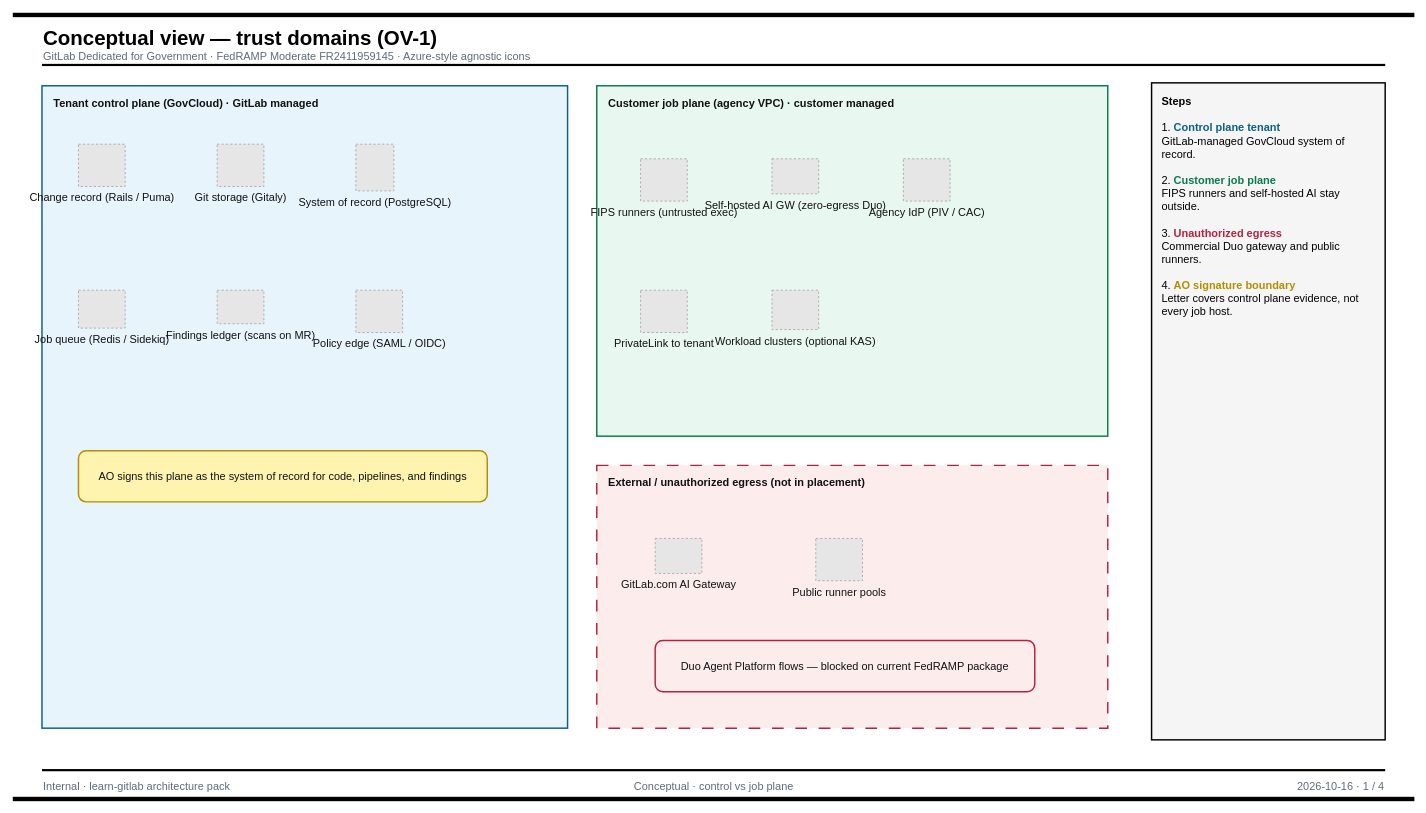
aaronmeis/learn-gitlab keeps this draw.io diagram as assets/diagrams/drawio/01-conceptual.drawio. Above is the earlier version. Source tidied: cells renumbered, new cells numbered last; positions are measured from the earlier drawing's top-left corner, leaving out a move shared by most shapes. Both pictures are drawn from the tidied source at 73%, with x=0, y=0 at pixel (12, 12). Pictures stored in the file or linked from it are replaced by grey dashed boxes.
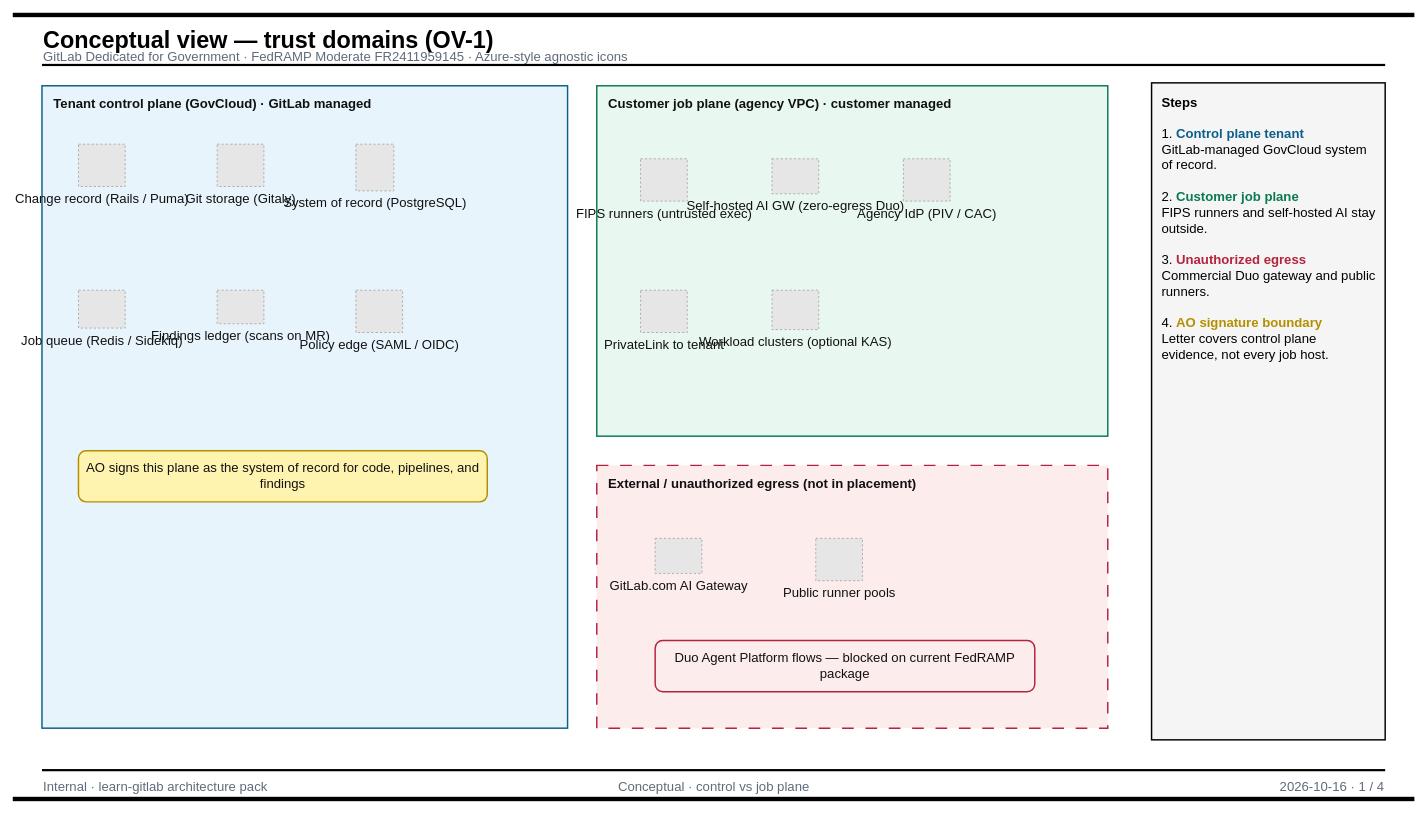
The same diagram, later.

Commit message (it also covers changes not shown here):
feat: larger Draw.io diagram fonts for Architecture Views

Change to the diagram source:
```diff
@@
-    <mxCell id="3" value="Conceptual view — trust domains (OV-1)" style="text;html=1;strokeColor=none;fillColor=none;align=left;fontFamily=Helvetica;fontSize=28;fontStyle=1;fontColor=#000000;" parent="1" vertex="1">
-      <mxGeometry x="40" y="12" width="1500" height="32" as="geometry" />
+    <mxCell id="3" value="Conceptual view — trust domains (OV-1)" style="text;html=1;strokeColor=none;fillColor=none;align=left;fontFamily=Helvetica;fontSize=32;fontStyle=1;fontColor=#000000;" parent="1" vertex="1">
+      <mxGeometry x="40" y="12" width="1500" height="38" as="geometry" />
     </mxCell>
-    <mxCell id="4" value="GitLab Dedicated for Government · FedRAMP Moderate FR2411959145 · Azure-style agnostic icons" style="text;html=1;strokeColor=none;fillColor=none;align=left;fontFamily=Helvetica;fontSize=15;fontColor=#5F6B7A;" parent="1" vertex="1">
-      <mxGeometry x="40" y="44" width="1500" height="22" as="geometry" />
+    <mxCell id="4" value="GitLab Dedicated for Government · FedRAMP Moderate FR2411959145 · Azure-style agnostic icons" style="text;html=1;strokeColor=none;fillColor=none;align=left;fontFamily=Helvetica;fontSize=18;fontColor=#5F6B7A;" parent="1" vertex="1">
+      <mxGeometry x="40" y="44" width="1500" height="26" as="geometry" />
     </mxCell>
@@
-    <mxCell id="7" value="Internal · learn-gitlab architecture pack" style="text;html=1;align=left;fontFamily=Helvetica;fontSize=15;fontColor=#5F6B7A;" parent="1" vertex="1">
-      <mxGeometry x="40" y="1044" width="560" height="22" as="geometry" />
+    <mxCell id="7" value="Internal · learn-gitlab architecture pack" style="text;html=1;align=left;fontFamily=Helvetica;fontSize=18;fontColor=#5F6B7A;" parent="1" vertex="1">
+      <mxGeometry x="40" y="1044" width="560" height="26" as="geometry" />
     </mxCell>
-    <mxCell id="8" value="Conceptual · control vs job plane" style="text;html=1;align=center;fontFamily=Helvetica;fontSize=15;fontColor=#5F6B7A;" parent="1" vertex="1">
-      <mxGeometry x="620" y="1044" width="680" height="22" as="geometry" />
+    <mxCell id="8" value="Conceptual · control vs job plane" style="text;html=1;align=center;fontFamily=Helvetica;fontSize=18;fontColor=#5F6B7A;" parent="1" vertex="1">
+      <mxGeometry x="620" y="1044" width="680" height="26" as="geometry" />
     </mxCell>
-    <mxCell id="9" value="2026-10-16  ·  1 / 4" style="text;html=1;align=right;fontFamily=Helvetica;fontSize=15;fontColor=#5F6B7A;" parent="1" vertex="1">
-      <mxGeometry x="1320" y="1044" width="560" height="22" as="geometry" />
+    <mxCell id="9" value="2026-10-16  ·  1 / 4" style="text;html=1;align=right;fontFamily=Helvetica;fontSize=18;fontColor=#5F6B7A;" parent="1" vertex="1">
+      <mxGeometry x="1320" y="1044" width="560" height="26" as="geometry" />
     </mxCell>
@@
-    <mxCell id="11" value="Tenant control plane (GovCloud) · GitLab managed" style="rounded=0;whiteSpace=wrap;html=1;align=left;verticalAlign=top;spacingLeft=14;spacingTop=8;fillColor=#E8F4FC;strokeColor=#0B5F8A;strokeWidth=2;fontFamily=Helvetica;fontSize=15;fontStyle=1;fontColor=#111111;" parent="1" vertex="1">
+    <mxCell id="11" value="Tenant control plane (GovCloud) · GitLab managed" style="rounded=0;whiteSpace=wrap;html=1;align=left;verticalAlign=top;spacingLeft=14;spacingTop=8;fillColor=#E8F4FC;strokeColor=#0B5F8A;strokeWidth=2;fontFamily=Helvetica;fontSize=18;fontStyle=1;fontColor=#111111;" parent="1" vertex="1">
       <mxGeometry x="40" y="100" width="720" height="880" as="geometry" />
     </mxCell>
-    <mxCell id="12" value="Change record (Rails / Puma)" style="fillColor=#E6E6E6;strokeColor=#999999;dashed=1;verticalLabelPosition=bottom;verticalAlign=top;html=1;align=center;labelBackgroundColor=none;fontFamily=Helvetica;fontSize=15;fontColor=#111111;" parent="1" vertex="1">
+    <mxCell id="12" value="Change record (Rails / Puma)" style="fillColor=#E6E6E6;strokeColor=#999999;dashed=1;verticalLabelPosition=bottom;verticalAlign=top;html=1;align=center;labelBackgroundColor=none;fontFamily=Helvetica;fontSize=18;fontColor=#111111;" parent="1" vertex="1">
       <mxGeometry x="90" y="180" width="64" height="58" as="geometry" />
     </mxCell>
-    <mxCell id="13" value="Git storage (Gitaly)" style="fillColor=#E6E6E6;strokeColor=#999999;dashed=1;verticalLabelPosition=bottom;verticalAlign=top;html=1;align=center;labelBackgroundColor=none;fontFamily=Helvetica;fontSize=15;fontColor=#111111;" parent="1" vertex="1">
+    <mxCell id="13" value="Git storage (Gitaly)" style="fillColor=#E6E6E6;strokeColor=#999999;dashed=1;verticalLabelPosition=bottom;verticalAlign=top;html=1;align=center;labelBackgroundColor=none;fontFamily=Helvetica;fontSize=18;fontColor=#111111;" parent="1" vertex="1">
       <mxGeometry x="280" y="180" width="64" height="58" as="geometry" />
     </mxCell>
-    <mxCell id="14" value="System of record (PostgreSQL)" style="fillColor=#E6E6E6;strokeColor=#999999;dashed=1;verticalLabelPosition=bottom;verticalAlign=top;html=1;align=center;labelBackgroundColor=none;fontFamily=Helvetica;fontSize=15;fontColor=#111111;" parent="1" vertex="1">
+    <mxCell id="14" value="System of record (PostgreSQL)" style="fillColor=#E6E6E6;strokeColor=#999999;dashed=1;verticalLabelPosition=bottom;verticalAlign=top;html=1;align=center;labelBackgroundColor=none;fontFamily=Helvetica;fontSize=18;fontColor=#111111;" parent="1" vertex="1">
       <mxGeometry x="470" y="180" width="52" height="64" as="geometry" />
     </mxCell>
-    <mxCell id="15" value="Job queue (Redis / Sidekiq)" style="fillColor=#E6E6E6;strokeColor=#999999;dashed=1;verticalLabelPosition=bottom;verticalAlign=top;html=1;align=center;labelBackgroundColor=none;fontFamily=Helvetica;fontSize=15;fontColor=#111111;" parent="1" vertex="1">
+    <mxCell id="15" value="Job queue (Redis / Sidekiq)" style="fillColor=#E6E6E6;strokeColor=#999999;dashed=1;verticalLabelPosition=bottom;verticalAlign=top;html=1;align=center;labelBackgroundColor=none;fontFamily=Helvetica;fontSize=18;fontColor=#111111;" parent="1" vertex="1">
       <mxGeometry x="90" y="380" width="64" height="52" as="geometry" />
     </mxCell>
-    <mxCell id="16" value="Findings ledger (scans on MR)" style="fillColor=#E6E6E6;strokeColor=#999999;dashed=1;verticalLabelPosition=bottom;verticalAlign=top;html=1;align=center;labelBackgroundColor=none;fontFamily=Helvetica;fontSize=15;fontColor=#111111;" parent="1" vertex="1">
+    <mxCell id="16" value="Findings ledger (scans on MR)" style="fillColor=#E6E6E6;strokeColor=#999999;dashed=1;verticalLabelPosition=bottom;verticalAlign=top;html=1;align=center;labelBackgroundColor=none;fontFamily=Helvetica;fontSize=18;fontColor=#111111;" parent="1" vertex="1">
       <mxGeometry x="280" y="380" width="64" height="46" as="geometry" />
     </mxCell>
-    <mxCell id="17" value="Policy edge (SAML / OIDC)" style="fillColor=#E6E6E6;strokeColor=#999999;dashed=1;verticalLabelPosition=bottom;verticalAlign=top;html=1;align=center;labelBackgroundColor=none;fontFamily=Helvetica;fontSize=15;fontColor=#111111;" parent="1" vertex="1">
+    <mxCell id="17" value="Policy edge (SAML / OIDC)" style="fillColor=#E6E6E6;strokeColor=#999999;dashed=1;verticalLabelPosition=bottom;verticalAlign=top;html=1;align=center;labelBackgroundColor=none;fontFamily=Helvetica;fontSize=18;fontColor=#111111;" parent="1" vertex="1">
       <mxGeometry x="470" y="380" width="64" height="58" as="geometry" />
     </mxCell>
-    <mxCell id="18" value="AO signs this plane as the system of record for code, pipelines, and findings" style="rounded=1;whiteSpace=wrap;html=1;align=center;verticalAlign=middle;fillColor=#FFF3B0;strokeColor=#B38F00;strokeWidth=2;fontFamily=Helvetica;fontSize=15;fontColor=#111111;" parent="1" vertex="1">
+    <mxCell id="18" value="AO signs this plane as the system of record for code, pipelines, and findings" style="rounded=1;whiteSpace=wrap;html=1;align=center;verticalAlign=middle;fillColor=#FFF3B0;strokeColor=#B38F00;strokeWidth=2;fontFamily=Helvetica;fontSize=18;fontColor=#111111;" parent="1" vertex="1">
       <mxGeometry x="90" y="600" width="560" height="70" as="geometry" />
     </mxCell>
-    <mxCell id="19" value="Customer job plane (agency VPC) · customer managed" style="rounded=0;whiteSpace=wrap;html=1;align=left;verticalAlign=top;spacingLeft=14;spacingTop=8;fillColor=#E8F8F0;strokeColor=#0A7A4F;strokeWidth=2;fontFamily=Helvetica;fontSize=15;fontStyle=1;fontColor=#111111;" parent="1" vertex="1">
+    <mxCell id="19" value="Customer job plane (agency VPC) · customer managed" style="rounded=0;whiteSpace=wrap;html=1;align=left;verticalAlign=top;spacingLeft=14;spacingTop=8;fillColor=#E8F8F0;strokeColor=#0A7A4F;strokeWidth=2;fontFamily=Helvetica;fontSize=18;fontStyle=1;fontColor=#111111;" parent="1" vertex="1">
       <mxGeometry x="800" y="100" width="700" height="480" as="geometry" />
     </mxCell>
-    <mxCell id="20" value="FIPS runners (untrusted exec)" style="fillColor=#E6E6E6;strokeColor=#999999;dashed=1;verticalLabelPosition=bottom;verticalAlign=top;html=1;align=center;labelBackgroundColor=none;fontFamily=Helvetica;fontSize=15;fontColor=#111111;" parent="1" vertex="1">
+    <mxCell id="20" value="FIPS runners (untrusted exec)" style="fillColor=#E6E6E6;strokeColor=#999999;dashed=1;verticalLabelPosition=bottom;verticalAlign=top;html=1;align=center;labelBackgroundColor=none;fontFamily=Helvetica;fontSize=18;fontColor=#111111;" parent="1" vertex="1">
       <mxGeometry x="860" y="200" width="64" height="58" as="geometry" />
     </mxCell>
-    <mxCell id="21" value="Self-hosted AI GW (zero-egress Duo)" style="fillColor=#E6E6E6;strokeColor=#999999;dashed=1;verticalLabelPosition=bottom;verticalAlign=top;html=1;align=center;labelBackgroundColor=none;fontFamily=Helvetica;fontSize=15;fontColor=#111111;" parent="1" vertex="1">
+    <mxCell id="21" value="Self-hosted AI GW (zero-egress Duo)" style="fillColor=#E6E6E6;strokeColor=#999999;dashed=1;verticalLabelPosition=bottom;verticalAlign=top;html=1;align=center;labelBackgroundColor=none;fontFamily=Helvetica;fontSize=18;fontColor=#111111;" parent="1" vertex="1">
       <mxGeometry x="1040" y="200" width="64" height="48" as="geometry" />
     </mxCell>
-    <mxCell id="22" value="Agency IdP (PIV / CAC)" style="fillColor=#E6E6E6;strokeColor=#999999;dashed=1;verticalLabelPosition=bottom;verticalAlign=top;html=1;align=center;labelBackgroundColor=none;fontFamily=Helvetica;fontSize=15;fontColor=#111111;" parent="1" vertex="1">
+    <mxCell id="22" value="Agency IdP (PIV / CAC)" style="fillColor=#E6E6E6;strokeColor=#999999;dashed=1;verticalLabelPosition=bottom;verticalAlign=top;html=1;align=center;labelBackgroundColor=none;fontFamily=Helvetica;fontSize=18;fontColor=#111111;" parent="1" vertex="1">
       <mxGeometry x="1220" y="200" width="64" height="58" as="geometry" />
     </mxCell>
-    <mxCell id="23" value="PrivateLink to tenant" style="fillColor=#E6E6E6;strokeColor=#999999;dashed=1;verticalLabelPosition=bottom;verticalAlign=top;html=1;align=center;labelBackgroundColor=none;fontFamily=Helvetica;fontSize=15;fontColor=#111111;" parent="1" vertex="1">
+    <mxCell id="23" value="PrivateLink to tenant" style="fillColor=#E6E6E6;strokeColor=#999999;dashed=1;verticalLabelPosition=bottom;verticalAlign=top;html=1;align=center;labelBackgroundColor=none;fontFamily=Helvetica;fontSize=18;fontColor=#111111;" parent="1" vertex="1">
       <mxGeometry x="860" y="380" width="64" height="58" as="geometry" />
     </mxCell>
-    <mxCell id="24" value="Workload clusters (optional KAS)" style="fillColor=#E6E6E6;strokeColor=#999999;dashed=1;verticalLabelPosition=bottom;verticalAlign=top;html=1;align=center;labelBackgroundColor=none;fontFamily=Helvetica;fontSize=15;fontColor=#111111;" parent="1" vertex="1">
+    <mxCell id="24" value="Workload clusters (optional KAS)" style="fillColor=#E6E6E6;strokeColor=#999999;dashed=1;verticalLabelPosition=bottom;verticalAlign=top;html=1;align=center;labelBackgroundColor=none;fontFamily=Helvetica;fontSize=18;fontColor=#111111;" parent="1" vertex="1">
       <mxGeometry x="1040" y="380" width="64" height="54" as="geometry" />
     </mxCell>
-    <mxCell id="25" value="External / unauthorized egress (not in placement)" style="rounded=0;whiteSpace=wrap;html=1;align=left;verticalAlign=top;spacingLeft=14;spacingTop=8;fillColor=#FDECEC;strokeColor=#B4233C;strokeWidth=2;dashed=1;dashPattern=8 8;fontFamily=Helvetica;fontSize=15;fontStyle=1;fontColor=#111111;" parent="1" vertex="1">
+    <mxCell id="25" value="External / unauthorized egress (not in placement)" style="rounded=0;whiteSpace=wrap;html=1;align=left;verticalAlign=top;spacingLeft=14;spacingTop=8;fillColor=#FDECEC;strokeColor=#B4233C;strokeWidth=2;dashed=1;dashPattern=8 8;fontFamily=Helvetica;fontSize=18;fontStyle=1;fontColor=#111111;" parent="1" vertex="1">
       <mxGeometry x="800" y="620" width="700" height="360" as="geometry" />
     </mxCell>
-    <mxCell id="26" value="GitLab.com AI Gateway" style="fillColor=#E6E6E6;strokeColor=#999999;dashed=1;verticalLabelPosition=bottom;verticalAlign=top;html=1;align=center;labelBackgroundColor=none;fontFamily=Helvetica;fontSize=15;fontColor=#111111;" parent="1" vertex="1">
+    <mxCell id="26" value="GitLab.com AI Gateway" style="fillColor=#E6E6E6;strokeColor=#999999;dashed=1;verticalLabelPosition=bottom;verticalAlign=top;html=1;align=center;labelBackgroundColor=none;fontFamily=Helvetica;fontSize=18;fontColor=#111111;" parent="1" vertex="1">
       <mxGeometry x="880" y="720" width="64" height="48" as="geometry" />
     </mxCell>
-    <mxCell id="27" value="Public runner pools" style="fillColor=#E6E6E6;strokeColor=#999999;dashed=1;verticalLabelPosition=bottom;verticalAlign=top;html=1;align=center;labelBackgroundColor=none;fontFamily=Helvetica;fontSize=15;fontColor=#111111;" parent="1" vertex="1">
+    <mxCell id="27" value="Public runner pools" style="fillColor=#E6E6E6;strokeColor=#999999;dashed=1;verticalLabelPosition=bottom;verticalAlign=top;html=1;align=center;labelBackgroundColor=none;fontFamily=Helvetica;fontSize=18;fontColor=#111111;" parent="1" vertex="1">
       <mxGeometry x="1100" y="720" width="64" height="58" as="geometry" />
     </mxCell>
-    <mxCell id="28" value="Duo Agent Platform flows — blocked on current FedRAMP package" style="rounded=1;whiteSpace=wrap;html=1;align=center;verticalAlign=middle;fillColor=#FDECEC;strokeColor=#B4233C;strokeWidth=2;fontFamily=Helvetica;fontSize=15;fontColor=#111111;" parent="1" vertex="1">
+    <mxCell id="28" value="Duo Agent Platform flows — blocked on current FedRAMP package" style="rounded=1;whiteSpace=wrap;html=1;align=center;verticalAlign=middle;fillColor=#FDECEC;strokeColor=#B4233C;strokeWidth=2;fontFamily=Helvetica;fontSize=18;fontColor=#111111;" parent="1" vertex="1">
       <mxGeometry x="880" y="860" width="520" height="70" as="geometry" />
     </mxCell>
-    <mxCell id="29" value="&lt;b&gt;Steps&lt;/b&gt;&lt;br&gt;&lt;br&gt;1. &lt;b&gt;&lt;font color=&quot;#0B5F8A&quot;&gt;Control plane tenant&lt;/font&gt;&lt;/b&gt;&lt;br&gt;GitLab-managed GovCloud system of record.&lt;br&gt;&lt;br&gt;2. &lt;b&gt;&lt;font color=&quot;#0A7A4F&quot;&gt;Customer job plane&lt;/font&gt;&lt;/b&gt;&lt;br&gt;FIPS runners and self-hosted AI stay outside.&lt;br&gt;&lt;br&gt;3. &lt;b&gt;&lt;font color=&quot;#B4233C&quot;&gt;Unauthorized egress&lt;/font&gt;&lt;/b&gt;&lt;br&gt;Commercial Duo gateway and public runners.&lt;br&gt;&lt;br&gt;4. &lt;b&gt;&lt;font color=&quot;#B38F00&quot;&gt;AO signature boundary&lt;/font&gt;&lt;/b&gt;&lt;br&gt;Letter covers control plane evidence, not every job host." style="rounded=0;whiteSpace=wrap;html=1;align=left;verticalAlign=top;spacingLeft=12;spacingRight=12;spacingTop=10;spacingBottom=10;fillColor=#F5F5F5;strokeColor=#000000;strokeWidth=2;fontFamily=Helvetica;fontSize=15;" parent="1" vertex="1">
+    <mxCell id="29" value="&lt;b&gt;Steps&lt;/b&gt;&lt;br&gt;&lt;br&gt;1. &lt;b&gt;&lt;font color=&quot;#0B5F8A&quot;&gt;Control plane tenant&lt;/font&gt;&lt;/b&gt;&lt;br&gt;GitLab-managed GovCloud system of record.&lt;br&gt;&lt;br&gt;2. &lt;b&gt;&lt;font color=&quot;#0A7A4F&quot;&gt;Customer job plane&lt;/font&gt;&lt;/b&gt;&lt;br&gt;FIPS runners and self-hosted AI stay outside.&lt;br&gt;&lt;br&gt;3. &lt;b&gt;&lt;font color=&quot;#B4233C&quot;&gt;Unauthorized egress&lt;/font&gt;&lt;/b&gt;&lt;br&gt;Commercial Duo gateway and public runners.&lt;br&gt;&lt;br&gt;4. &lt;b&gt;&lt;font color=&quot;#B38F00&quot;&gt;AO signature boundary&lt;/font&gt;&lt;/b&gt;&lt;br&gt;Letter covers control plane evidence, not every job host." style="rounded=0;whiteSpace=wrap;html=1;align=left;verticalAlign=top;spacingLeft=12;spacingRight=12;spacingTop=10;spacingBottom=10;fillColor=#F5F5F5;strokeColor=#000000;strokeWidth=2;fontFamily=Helvetica;fontSize=18;" parent="1" vertex="1">
       <mxGeometry x="1560" y="96" width="320" height="900" as="geometry" />
     </mxCell>
```
